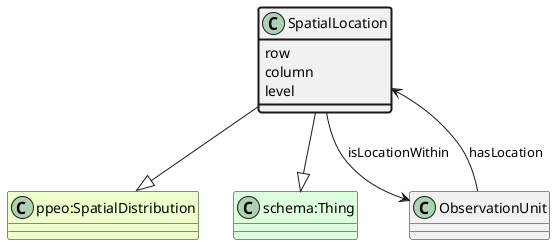
Above: ttl_uml/ttl_appn_SpatialLocation.png in aus-plant-phenomics-network/appn-schema (PlantUML), before the change.
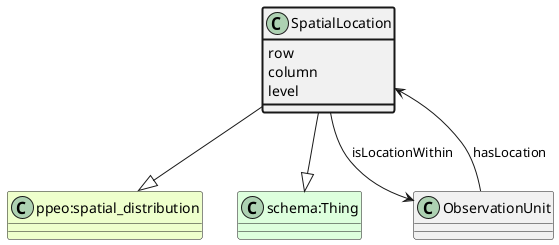
Above is the later version.

The edit, as a diff of the source:
```diff
@@ -1,7 +1,7 @@
 @startuml
 class SpatialLocation  #line.bold
-class "ppeo:SpatialDistribution" #EEFFCC
-SpatialLocation --|> "ppeo:SpatialDistribution"
+class "ppeo:spatial_distribution" #EEFFCC
+SpatialLocation --|> "ppeo:spatial_distribution"
 class "schema:Thing" #DDFFDD
 SpatialLocation --|> "schema:Thing"
 class ObservationUnit
```
